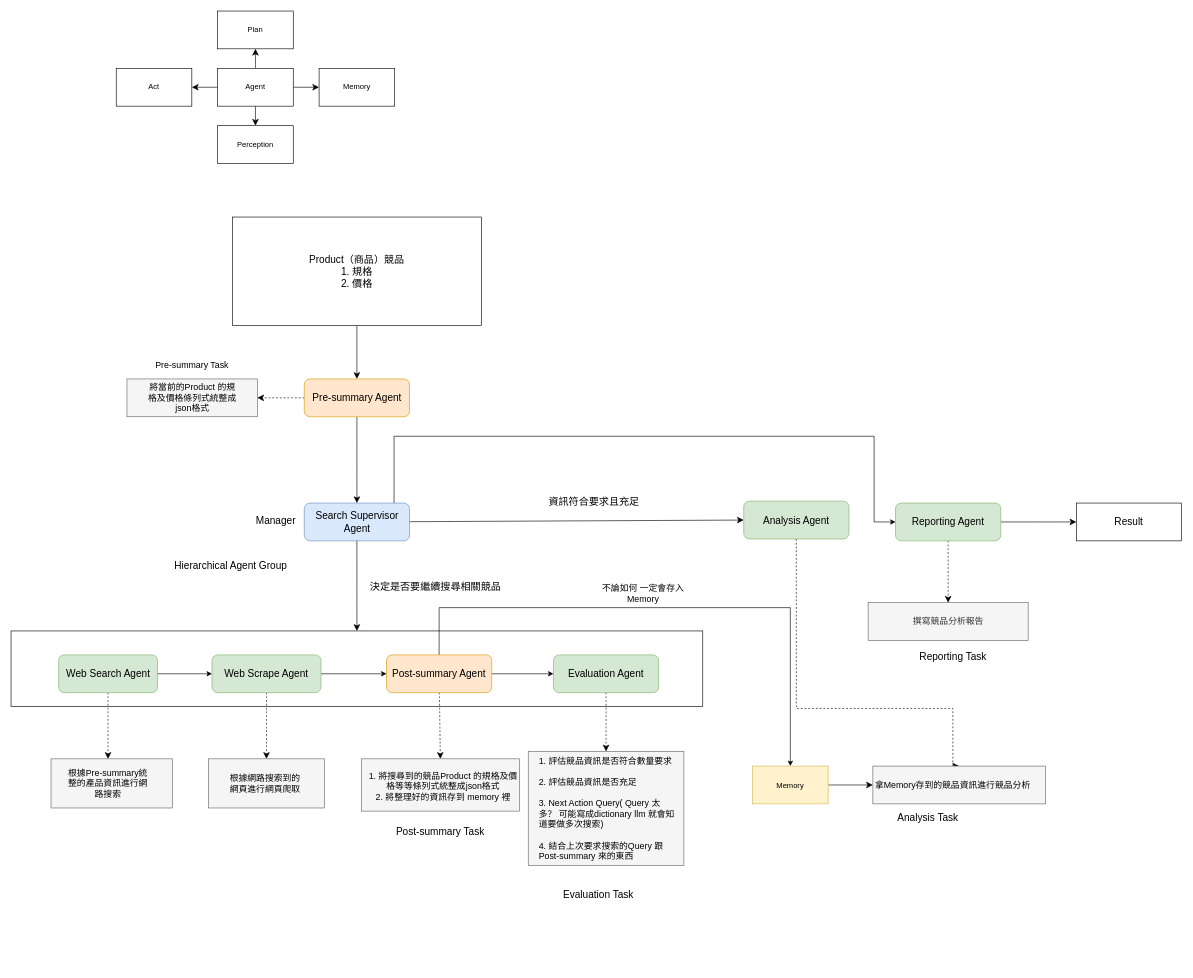
This is 架構圖/未命名绘图.drawio from YChaoWang/Drawio_backup, a draw.io file, before an edit. Source tidied: cells renumbered, new cells numbered last; positions are measured from the earlier drawing's top-left corner, leaving out a move shared by most shapes. Both pictures are drawn from the tidied source at 63%, with x=0, y=0 at pixel (11, 11).
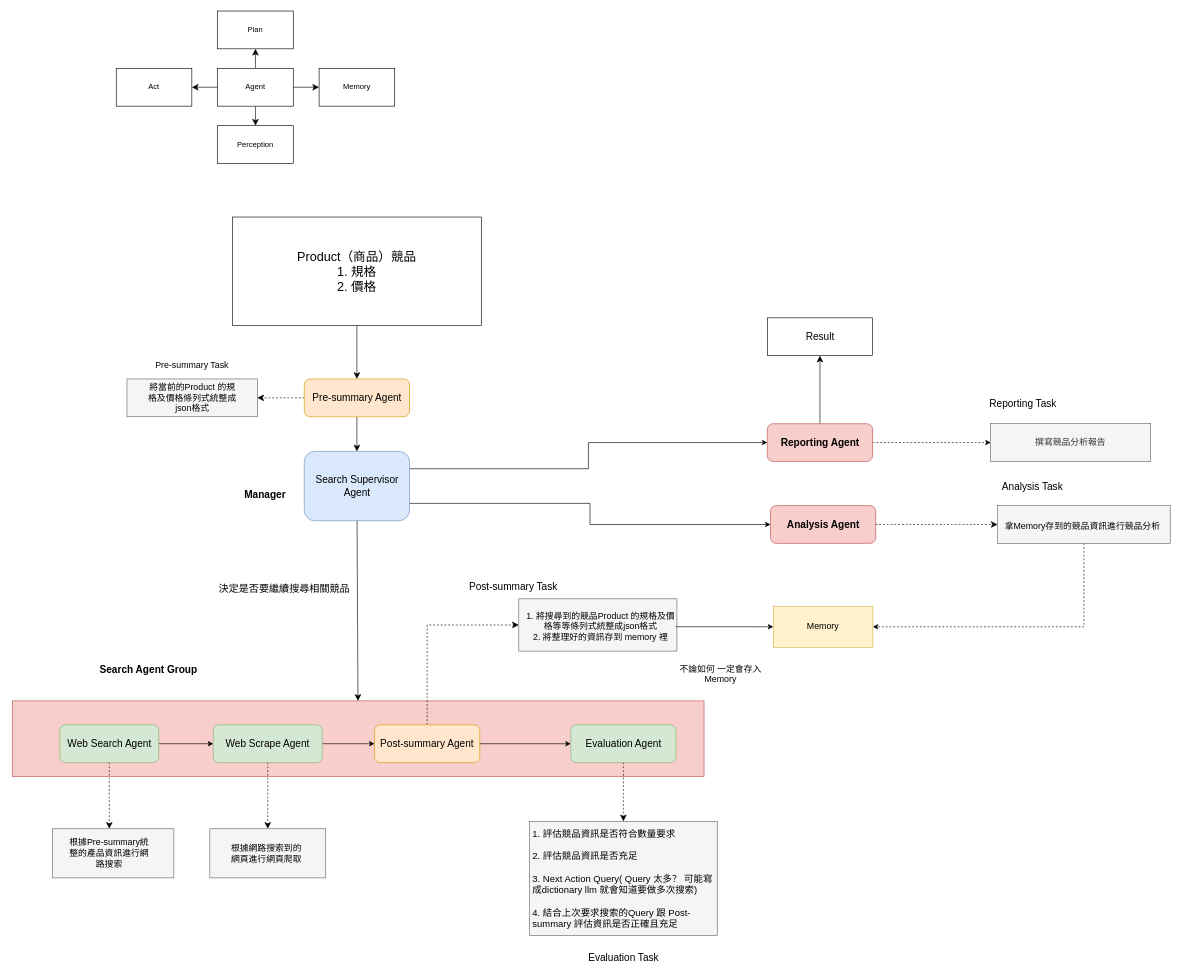
The same diagram, later.

Commit message:
更新未命名绘图.drawio

The edit, as a diff of the source:
```diff
@@
-    <mxCell id="13" value="Product（商品）競品&lt;br&gt;1. 規格&lt;br&gt;2. 價格" style="text;html=1;align=center;verticalAlign=middle;whiteSpace=wrap;rounded=0;fontSize=16;" parent="1" vertex="1">
+    <mxCell id="13" value="Product（商品）競品&lt;br&gt;1. 規格&lt;br&gt;2. 價格" style="text;html=1;align=center;verticalAlign=middle;whiteSpace=wrap;rounded=0;fontSize=20;" parent="1" vertex="1">
       <mxGeometry x="447" y="389" width="204" height="48" as="geometry" />
     </mxCell>
-    <mxCell id="14" style="rounded=0;whiteSpace=wrap;html=1;" parent="1" vertex="1">
-      <mxGeometry y="984" width="1098" height="120" as="geometry" />
+    <mxCell id="14" style="rounded=0;whiteSpace=wrap;html=1;fillColor=#f8cecc;strokeColor=#b85450;" parent="1" vertex="1">
+      <mxGeometry x="2" y="1095" width="1098" height="120" as="geometry" />
     </mxCell>
     <mxCell id="15" style="edgeStyle=none;curved=1;rounded=0;jettySize=auto;html=1;entryX=0.5;entryY=0;entryDx=0;entryDy=0;fontSize=12;startSize=8;endSize=8;dashed=1;" parent="1" edge="1" source="17">
       <mxGeometry relative="1" as="geometry">
-        <mxPoint x="154" y="1187" as="targetPoint" />
+        <mxPoint x="156" y="1298" as="targetPoint" />
       </mxGeometry>
     </mxCell>
@@
     <mxCell id="17" value="Web Search Agent" style="rounded=1;whiteSpace=wrap;html=1;fontSize=16;fillColor=#d5e8d4;strokeColor=#82b366;" parent="1" vertex="1">
-      <mxGeometry x="75.5" y="1022" width="157" height="60" as="geometry" />
+      <mxGeometry x="77.5" y="1133" width="157" height="60" as="geometry" />
     </mxCell>
-    <mxCell id="18" style="edgeStyle=none;curved=1;rounded=0;jettySize=auto;html=1;entryX=0;entryY=0.5;entryDx=0;entryDy=0;fontSize=12;startSize=8;endSize=8;" parent="1" edge="1" source="20" target="35">
+    <mxCell id="18" style="edgeStyle=orthogonalEdgeStyle;rounded=0;jettySize=auto;html=1;entryX=0;entryY=0.5;entryDx=0;entryDy=0;exitX=1;exitY=0.75;exitDx=0;exitDy=0;" parent="1" edge="1" source="20" target="35">
       <mxGeometry relative="1" as="geometry" />
     </mxCell>
-    <mxCell id="19" style="edgeStyle=orthogonalEdgeStyle;rounded=0;jettySize=auto;html=1;entryX=0;entryY=0.5;entryDx=0;entryDy=0;" parent="1" edge="1" source="20" target="57">
-      <mxGeometry relative="1" as="geometry">
-        <Array as="points">
-          <mxPoint x="608" y="675" />
-          <mxPoint x="1370" y="675" />
-          <mxPoint x="1370" y="811" />
-        </Array>
-      </mxGeometry>
+    <mxCell id="19" style="edgeStyle=orthogonalEdgeStyle;rounded=0;jettySize=auto;html=1;exitX=1;exitY=0.25;exitDx=0;exitDy=0;entryX=0;entryY=0.5;entryDx=0;entryDy=0;" parent="1" edge="1" source="20" target="57">
+      <mxGeometry relative="1" as="geometry" />
     </mxCell>
     <mxCell id="20" value="Search Supervisor Agent" style="rounded=1;whiteSpace=wrap;html=1;fillColor=#dae8fc;strokeColor=#6c8ebf;fontSize=16;" parent="1" vertex="1">
-      <mxGeometry x="465.5" y="781" width="167" height="60" as="geometry" />
+      <mxGeometry x="465.5" y="699" width="167" height="110" as="geometry" />
     </mxCell>
@@
-    <mxCell id="24" style="edgeStyle=none;curved=1;rounded=0;jettySize=auto;html=1;entryX=0.5;entryY=0;entryDx=0;entryDy=0;fontSize=12;startSize=8;endSize=8;dashed=1;" parent="1" edge="1" source="27" target="40">
+    <mxCell id="24" style="edgeStyle=orthogonalEdgeStyle;rounded=0;jettySize=auto;html=1;entryX=0;entryY=0.5;entryDx=0;entryDy=0;fontSize=12;startSize=8;endSize=8;dashed=1;exitX=0.5;exitY=0;exitDx=0;exitDy=0;" parent="1" edge="1" source="27" target="40">
       <mxGeometry relative="1" as="geometry" />
     </mxCell>
-    <mxCell id="25" style="edgeStyle=orthogonalEdgeStyle;rounded=0;jettySize=auto;html=1;exitX=0.5;exitY=0;exitDx=0;exitDy=0;" parent="1" edge="1" source="27" target="50">
-      <mxGeometry relative="1" as="geometry">
-        <Array as="points">
-          <mxPoint x="679" y="947" />
-          <mxPoint x="1237" y="947" />
-        </Array>
-      </mxGeometry>
-    </mxCell>
@@
     <mxCell id="27" value="Post-summary Agent" style="rounded=1;whiteSpace=wrap;html=1;fillColor=#ffe6cc;strokeColor=#d79b00;fontSize=16;" parent="1" vertex="1">
-      <mxGeometry x="596" y="1022" width="167" height="60" as="geometry" />
+      <mxGeometry x="577" y="1133" width="167" height="60" as="geometry" />
     </mxCell>
@@
     <mxCell id="29" value="Evaluation Agent" style="rounded=1;whiteSpace=wrap;html=1;fontSize=16;fillColor=#d5e8d4;strokeColor=#82b366;" parent="1" vertex="1">
-      <mxGeometry x="861" y="1022" width="167" height="60" as="geometry" />
+      <mxGeometry x="888.5" y="1133" width="167" height="60" as="geometry" />
     </mxCell>
@@
     <mxCell id="33" value="Web Scrape Agent" style="rounded=1;whiteSpace=wrap;html=1;fontSize=16;fillColor=#d5e8d4;strokeColor=#82b366;" parent="1" vertex="1">
-      <mxGeometry x="319" y="1022" width="173" height="60" as="geometry" />
+      <mxGeometry x="321" y="1133" width="173" height="60" as="geometry" />
     </mxCell>
-    <mxCell id="34" style="edgeStyle=orthogonalEdgeStyle;rounded=0;jettySize=auto;html=1;entryX=0.5;entryY=0;entryDx=0;entryDy=0;fontSize=12;startSize=8;endSize=8;exitX=0.5;exitY=1;exitDx=0;exitDy=0;dashed=1;" parent="1" edge="1" source="35" target="46">
-      <mxGeometry relative="1" as="geometry">
-        <Array as="points">
-          <mxPoint x="1246" y="1107" />
-          <mxPoint x="1495" y="1107" />
-        </Array>
-      </mxGeometry>
-    </mxCell>
-    <mxCell id="35" value="Analysis Agent" style="rounded=1;whiteSpace=wrap;html=1;fontSize=16;fillColor=#d5e8d4;strokeColor=#82b366;" parent="1" vertex="1">
-      <mxGeometry x="1163" y="778" width="167" height="60" as="geometry" />
+    <mxCell id="35" value="&lt;b&gt;Analysis Agent&lt;/b&gt;" style="rounded=1;whiteSpace=wrap;html=1;fontSize=16;fillColor=#f8cecc;strokeColor=#b85450;" parent="1" vertex="1">
+      <mxGeometry x="1205.5" y="785" width="167" height="60" as="geometry" />
     </mxCell>
@@
     <mxCell id="38" value="決定是否要繼續搜尋相關競品" style="text;html=1;align=center;verticalAlign=middle;whiteSpace=wrap;rounded=0;fontSize=16;" parent="1" vertex="1">
-      <mxGeometry x="564" y="899" width="220" height="30" as="geometry" />
+      <mxGeometry x="324" y="902" width="220" height="30" as="geometry" />
     </mxCell>
-    <mxCell id="39" value="資訊符合要求且充足" style="text;html=1;align=center;verticalAlign=middle;whiteSpace=wrap;rounded=0;fontSize=16;" parent="1" vertex="1">
-      <mxGeometry x="843" y="763" width="165" height="30" as="geometry" />
-    </mxCell>
     <mxCell id="40" style="rounded=0;whiteSpace=wrap;html=1;fillColor=#f5f5f5;fontColor=#333333;strokeColor=#666666;" parent="1" vertex="1">
-      <mxGeometry x="556" y="1187" width="251" height="83" as="geometry" />
+      <mxGeometry x="806" y="933" width="251" height="83" as="geometry" />
     </mxCell>
+    <mxCell id="65" style="edgeStyle=orthogonalEdgeStyle;rounded=0;jettySize=auto;html=1;entryX=0;entryY=0.5;entryDx=0;entryDy=0;" parent="1" edge="1" source="41" target="50">
+      <mxGeometry relative="1" as="geometry" />
+    </mxCell>
     <mxCell id="41" value="1. 將搜尋到的競品Product 的規格及價格等等條列式統整成json格式&lt;div&gt;&lt;span style=&quot;text-align: left;&quot;&gt;2. 將整理好的資訊存到 memory 裡&lt;/span&gt;&lt;/div&gt;" style="text;html=1;align=center;verticalAlign=middle;whiteSpace=wrap;rounded=0;fontSize=14;" parent="1" vertex="1">
-      <mxGeometry x="567" y="1207.5" width="238" height="47.5" as="geometry" />
+      <mxGeometry x="817" y="953.5" width="238" height="47.5" as="geometry" />
     </mxCell>
     <mxCell id="42" value="Post-summary Task" style="text;html=1;align=center;verticalAlign=middle;whiteSpace=wrap;rounded=0;fontSize=16;" parent="1" vertex="1">
-      <mxGeometry x="606" y="1286.5" width="151" height="30" as="geometry" />
+      <mxGeometry x="722" y="898" width="151" height="30" as="geometry" />
     </mxCell>
     <mxCell id="43" style="rounded=0;whiteSpace=wrap;html=1;fillColor=#f5f5f5;fontColor=#333333;strokeColor=#666666;" parent="1" vertex="1">
-      <mxGeometry x="821" y="1175.2" width="247" height="181" as="geometry" />
+      <mxGeometry x="823" y="1286.2" width="298" height="181" as="geometry" />
     </mxCell>
-    <mxCell id="44" value="1. 評估競品資訊是否符合數量要求&lt;div&gt;&lt;br&gt;&lt;div&gt;2. 評估競品資訊是否充足&lt;/div&gt;&lt;/div&gt;&lt;div&gt;&lt;br&gt;&lt;/div&gt;&lt;div&gt;3. Next Action Query( Query 太多？ 可能寫成dictionary llm 就會知道要做多次搜索)&lt;/div&gt;&lt;div&gt;&lt;br&gt;&lt;/div&gt;&lt;div&gt;4. 結合上次要求搜索的Query 跟 Post-summary 來的東西&lt;/div&gt;" style="text;html=1;align=left;verticalAlign=middle;whiteSpace=wrap;rounded=0;fontSize=14;" parent="1" vertex="1">
-      <mxGeometry x="836" y="1190.5" width="219" height="150.5" as="geometry" />
+    <mxCell id="44" value="1. 評估競品資訊是否符合數量要求&lt;div&gt;&lt;br&gt;&lt;div&gt;2. 評估競品資訊是否充足&lt;/div&gt;&lt;/div&gt;&lt;div&gt;&lt;br&gt;&lt;/div&gt;&lt;div&gt;3. Next Action Query( Query 太多？ 可能寫成dictionary llm 就會知道要做多次搜索)&lt;/div&gt;&lt;div&gt;&lt;br&gt;&lt;/div&gt;&lt;div&gt;4. 結合上次要求搜索的Query 跟 Post-summary 評估資訊是否正確且充足&lt;/div&gt;" style="text;html=1;align=left;verticalAlign=middle;whiteSpace=wrap;rounded=0;fontSize=15;" parent="1" vertex="1">
+      <mxGeometry x="826" y="1301.5" width="295" height="150.5" as="geometry" />
     </mxCell>
     <mxCell id="45" value="Evaluation Task" style="text;html=1;align=center;verticalAlign=middle;whiteSpace=wrap;rounded=0;fontSize=16;" parent="1" vertex="1">
-      <mxGeometry x="857" y="1388" width="151" height="30" as="geometry" />
+      <mxGeometry x="896.5" y="1487" width="151" height="30" as="geometry" />
     </mxCell>
+    <mxCell id="66" style="edgeStyle=orthogonalEdgeStyle;rounded=0;jettySize=auto;html=1;entryX=1;entryY=0.5;entryDx=0;entryDy=0;exitX=0.5;exitY=1;exitDx=0;exitDy=0;dashed=1;" parent="1" edge="1" source="46" target="50">
+      <mxGeometry relative="1" as="geometry">
+        <Array as="points">
+          <mxPoint x="1703" y="977" />
+        </Array>
+      </mxGeometry>
+    </mxCell>
     <mxCell id="46" style="rounded=0;whiteSpace=wrap;html=1;fillColor=#f5f5f5;fontColor=#333333;strokeColor=#666666;" parent="1" vertex="1">
-      <mxGeometry x="1368" y="1198.5" width="274" height="60" as="geometry" />
+      <mxGeometry x="1566" y="785" width="274" height="60" as="geometry" />
     </mxCell>
     <mxCell id="47" value="拿Memory存到的競品資訊進行競品分析" style="text;html=1;align=center;verticalAlign=middle;whiteSpace=wrap;rounded=0;fontSize=14;" parent="1" vertex="1">
-      <mxGeometry x="1369.2" y="1211.5" width="251.5" height="34" as="geometry" />
+      <mxGeometry x="1575.2" y="800.5" width="251.5" height="34" as="geometry" />
     </mxCell>
     <mxCell id="48" value="Analysis Task" style="text;html=1;align=center;verticalAlign=middle;whiteSpace=wrap;rounded=0;fontSize=16;" parent="1" vertex="1">
-      <mxGeometry x="1380" y="1265" width="151" height="30" as="geometry" />
+      <mxGeometry x="1546" y="739" width="151" height="30" as="geometry" />
     </mxCell>
-    <mxCell id="49" style="edgeStyle=none;curved=1;rounded=0;jettySize=auto;html=1;fontSize=12;startSize=8;endSize=8;entryX=0;entryY=0.5;entryDx=0;entryDy=0;" parent="1" edge="1" source="50" target="46">
+    <mxCell id="49" style="edgeStyle=none;curved=1;rounded=0;jettySize=auto;html=1;fontSize=12;startSize=8;endSize=8;entryX=0;entryY=0.5;entryDx=0;entryDy=0;exitX=1;exitY=0.5;exitDx=0;exitDy=0;dashed=1;" parent="1" edge="1" source="35" target="46">
       <mxGeometry relative="1" as="geometry" />
     </mxCell>
-    <mxCell id="50" value="Memory" style="whiteSpace=wrap;html=1;fillColor=#fff2cc;strokeColor=#d6b656;" parent="1" vertex="1">
-      <mxGeometry x="1177" y="1198.5" width="120" height="60" as="geometry" />
+    <mxCell id="50" value="&lt;font&gt;Memory&lt;/font&gt;" style="whiteSpace=wrap;html=1;fillColor=#fff2cc;strokeColor=#d6b656;fontSize=14;" parent="1" vertex="1">
+      <mxGeometry x="1210" y="944.8" width="158" height="65.2" as="geometry" />
     </mxCell>
     <mxCell id="51" style="rounded=0;whiteSpace=wrap;html=1;fillColor=#f5f5f5;fontColor=#333333;strokeColor=#666666;" parent="1" vertex="1">
-      <mxGeometry x="63.5" y="1187" width="193" height="78" as="geometry" />
+      <mxGeometry x="65.5" y="1298" width="193" height="78" as="geometry" />
     </mxCell>
     <mxCell id="52" value="根據Pre-summary統整的產品資訊進行網路搜索" style="text;html=1;align=center;verticalAlign=middle;whiteSpace=wrap;rounded=0;fontSize=14;" parent="1" vertex="1">
-      <mxGeometry x="85" y="1209" width="138" height="34" as="geometry" />
+      <mxGeometry x="87" y="1320" width="138" height="34" as="geometry" />
     </mxCell>
     <mxCell id="53" style="rounded=0;whiteSpace=wrap;html=1;fillColor=#f5f5f5;fontColor=#333333;strokeColor=#666666;" parent="1" vertex="1">
-      <mxGeometry x="313.5" y="1187" width="184" height="78" as="geometry" />
+      <mxGeometry x="315.5" y="1298" width="184" height="78" as="geometry" />
     </mxCell>
     <mxCell id="54" value="根據網路搜索到的網頁進行網頁爬取" style="text;html=1;align=center;verticalAlign=middle;whiteSpace=wrap;rounded=0;fontSize=14;" parent="1" vertex="1">
-      <mxGeometry x="341" y="1209" width="124.5" height="34" as="geometry" />
+      <mxGeometry x="343" y="1320" width="124.5" height="34" as="geometry" />
     </mxCell>
+    <mxCell id="56" style="edgeStyle=none;curved=1;rounded=0;jettySize=auto;html=1;fontSize=12;startSize=8;endSize=8;exitX=0.5;exitY=0;exitDx=0;exitDy=0;" parent="1" edge="1" source="57" target="63">
+      <mxGeometry relative="1" as="geometry" />
+    </mxCell>
-    <mxCell id="55" style="edgeStyle=none;curved=1;rounded=0;jettySize=auto;html=1;fontSize=12;startSize=8;endSize=8;dashed=1;" parent="1" edge="1" source="57" target="60">
+    <mxCell id="55" style="edgeStyle=orthogonalEdgeStyle;rounded=0;jettySize=auto;html=1;entryX=0;entryY=0.5;entryDx=0;entryDy=0;dashed=1;" parent="1" edge="1" source="57" target="60">
       <mxGeometry relative="1" as="geometry" />
     </mxCell>
-    <mxCell id="56" style="edgeStyle=none;curved=1;rounded=0;jettySize=auto;html=1;fontSize=12;startSize=8;endSize=8;" parent="1" edge="1" source="57" target="63">
-      <mxGeometry relative="1" as="geometry" />
-    </mxCell>
-    <mxCell id="57" value="Reporting Agent" style="rounded=1;whiteSpace=wrap;html=1;fontSize=16;fillColor=#d5e8d4;strokeColor=#82b366;" parent="1" vertex="1">
-      <mxGeometry x="1404" y="781" width="167" height="60" as="geometry" />
+    <mxCell id="57" value="&lt;b&gt;Reporting Agent&lt;/b&gt;" style="rounded=1;whiteSpace=wrap;html=1;fontSize=16;fillColor=#f8cecc;strokeColor=#b85450;" parent="1" vertex="1">
+      <mxGeometry x="1200.5" y="655" width="167" height="60" as="geometry" />
     </mxCell>
@@
-    <mxCell id="59" value="Manager" style="text;html=1;align=center;verticalAlign=middle;whiteSpace=wrap;rounded=0;fontSize=16;" parent="1" vertex="1">
-      <mxGeometry x="383" y="793" width="75" height="30" as="geometry" />
+    <mxCell id="59" value="Manager" style="text;html=1;align=center;verticalAlign=middle;whiteSpace=wrap;rounded=0;fontSize=16;fontStyle=1;" parent="1" vertex="1">
+      <mxGeometry x="365.8" y="753" width="75" height="30" as="geometry" />
     </mxCell>
     <mxCell id="60" value="撰寫競品分析報告" style="rounded=0;whiteSpace=wrap;html=1;fillColor=#f5f5f5;fontColor=#333333;strokeColor=#666666;fontSize=14;" parent="1" vertex="1">
-      <mxGeometry x="1360.5" y="939" width="254" height="60" as="geometry" />
+      <mxGeometry x="1555" y="655" width="254" height="60" as="geometry" />
     </mxCell>
     <mxCell id="61" value="Reporting Task" style="text;html=1;align=center;verticalAlign=middle;whiteSpace=wrap;rounded=0;fontSize=16;" parent="1" vertex="1">
-      <mxGeometry x="1419.5" y="1010" width="151" height="30" as="geometry" />
+      <mxGeometry x="1531" y="608" width="151" height="30" as="geometry" />
     </mxCell>
-    <mxCell id="62" value="Hierarchical Agent Group" style="text;html=1;align=center;verticalAlign=middle;whiteSpace=wrap;rounded=0;fontSize=16;" parent="1" vertex="1">
-      <mxGeometry x="246" y="865" width="206" height="30" as="geometry" />
+    <mxCell id="62" value="Search Agent Group" style="text;html=1;align=center;verticalAlign=middle;whiteSpace=wrap;rounded=0;fontSize=16;fontStyle=1;labelBorderColor=none;labelBackgroundColor=none;textShadow=0;" parent="1" vertex="1">
+      <mxGeometry x="107" y="1025" width="223" height="42" as="geometry" />
     </mxCell>
     <mxCell id="63" value="Result" style="rounded=0;whiteSpace=wrap;html=1;fontSize=16;" parent="1" vertex="1">
-      <mxGeometry x="1691" y="781" width="167" height="60" as="geometry" />
+      <mxGeometry x="1200.5" y="487" width="167" height="60" as="geometry" />
     </mxCell>
     <mxCell id="64" value="不論如何 一定會存入Memory" style="text;html=1;align=center;verticalAlign=middle;whiteSpace=wrap;rounded=0;fontSize=14;" parent="1" vertex="1">
-      <mxGeometry x="920" y="909" width="167" height="30" as="geometry" />
+      <mxGeometry x="1043" y="1037" width="167" height="30" as="geometry" />
     </mxCell>
```
